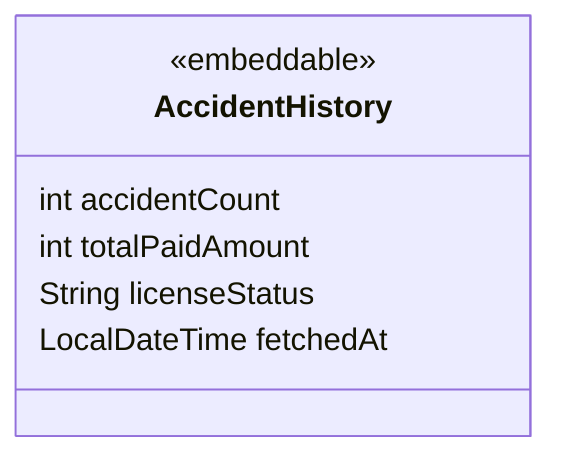
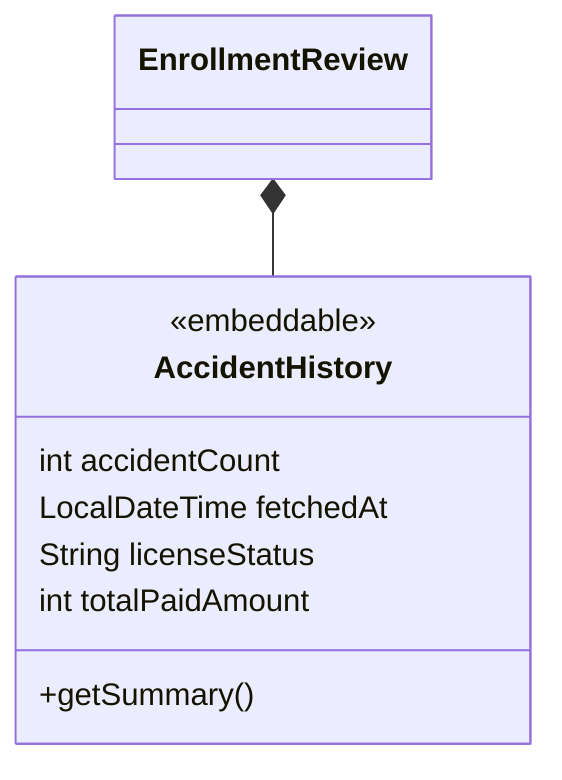
classDiagram
direction TB
+ class EnrollmentReview
class AccidentHistory {
  <<embeddable>>
  int accidentCount
+   LocalDateTime fetchedAt
+   String licenseStatus
  int totalPaidAmount
-   String licenseStatus
-   LocalDateTime fetchedAt
+   +getSummary()
}
+ EnrollmentReview *-- AccidentHistory
